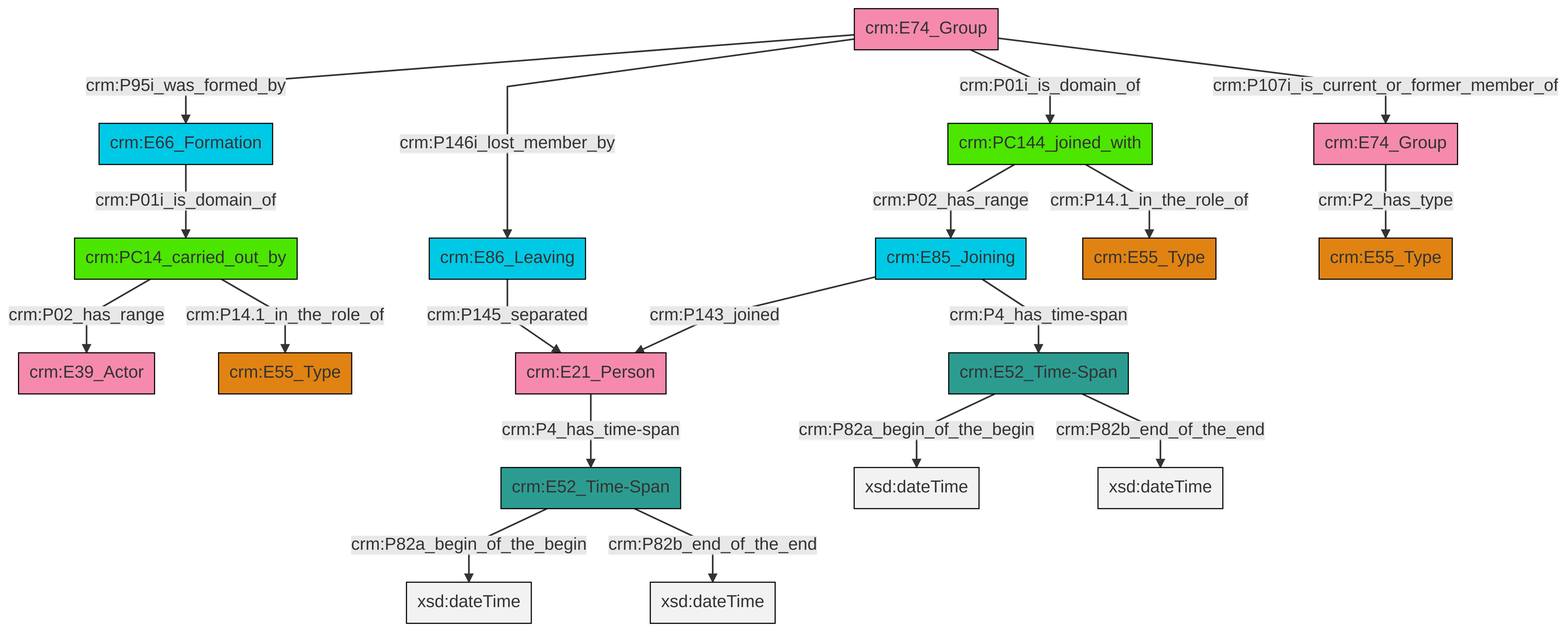
Above: et/groupCSV/ttl/mmd/png/group_actor_relations.png in swiss-art-research-net/reference-data-models (Mermaid), before the change. Its source is kept beside it as et/groupCSV/ttl/mmd/group_actor_relations.ttl.mmd.
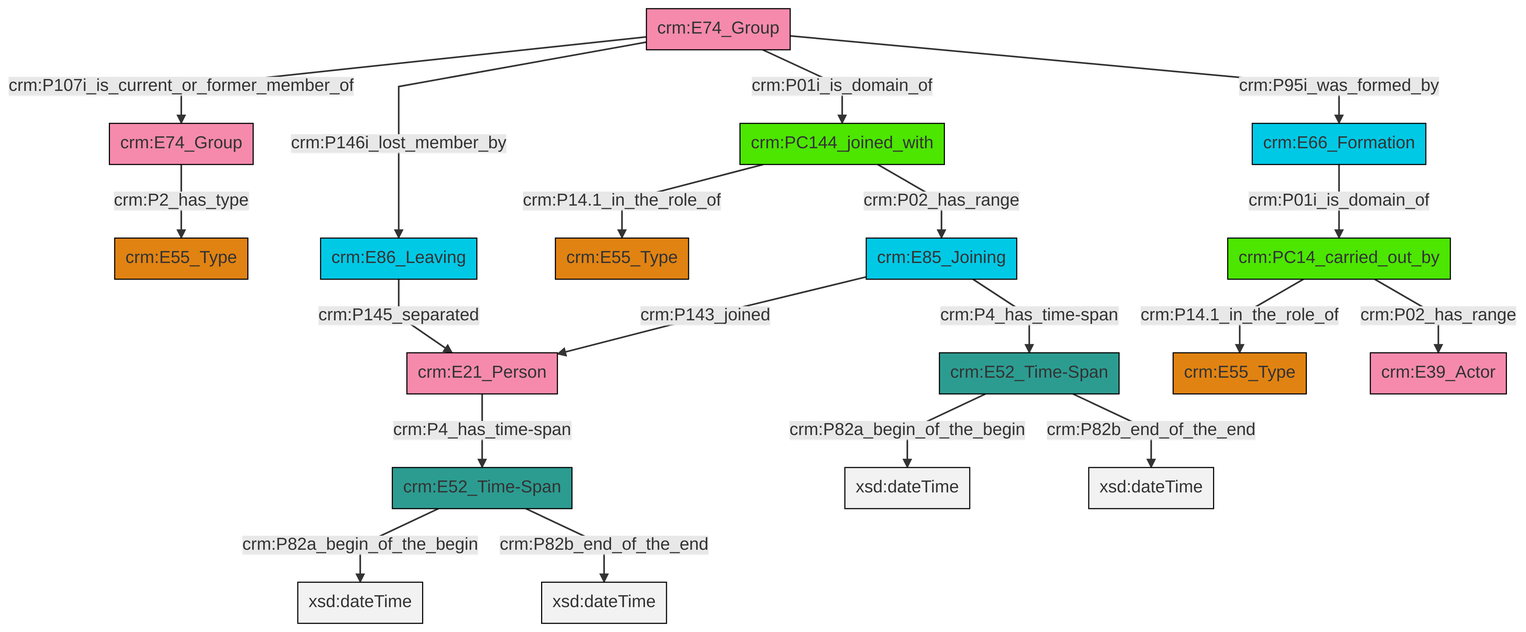
Above is the later version.

Change to the diagram source:
```diff
@@ -13,21 +13,21 @@
 classDef PC_Classes fill:#4ce600, stroke:#000000;
 classDef Multi fill:#cccccc,stroke:#000000;
 
-0["crm:E66_Formation"]:::Temporal_Entity -->|crm:P01i_is_domain_of| 1["crm:PC14_carried_out_by"]:::PC_Classes
-7["crm:E74_Group"]:::Actor -->|crm:P2_has_type| 8["crm:E55_Type"]:::Type
-9["crm:E74_Group"]:::Actor -->|crm:P95i_was_formed_by| 0["crm:E66_Formation"]:::Temporal_Entity
-10["crm:PC144_joined_with"]:::PC_Classes -->|crm:P02_has_range| 11["crm:E85_Joining"]:::Temporal_Entity
-12["crm:E52_Time-Span"]:::Time-Span -->|crm:P82a_begin_of_the_begin| 13[xsd:dateTime]:::Literal
-12["crm:E52_Time-Span"]:::Time-Span -->|crm:P82b_end_of_the_end| 14[xsd:dateTime]:::Literal
-11["crm:E85_Joining"]:::Temporal_Entity -->|crm:P143_joined| 2["crm:E21_Person"]:::Actor
-18["crm:E86_Leaving"]:::Temporal_Entity -->|crm:P145_separated| 2["crm:E21_Person"]:::Actor
+2["crm:PC14_carried_out_by"]:::PC_Classes -->|crm:P14.1_in_the_role_of| 0["crm:E55_Type"]:::Type
+3["crm:PC144_joined_with"]:::PC_Classes -->|crm:P14.1_in_the_role_of| 4["crm:E55_Type"]:::Type
+2["crm:PC14_carried_out_by"]:::PC_Classes -->|crm:P02_has_range| 7["crm:E39_Actor"]:::Actor
+8["crm:E85_Joining"]:::Temporal_Entity -->|crm:P143_joined| 9["crm:E21_Person"]:::Actor
+12["crm:E74_Group"]:::Actor -->|crm:P107i_is_current_or_former_member_of| 13["crm:E74_Group"]:::Actor
+16["crm:E52_Time-Span"]:::Time-Span -->|crm:P82a_begin_of_the_begin| 17[xsd:dateTime]:::Literal
+3["crm:PC144_joined_with"]:::PC_Classes -->|crm:P02_has_range| 8["crm:E85_Joining"]:::Temporal_Entity
 20["crm:E52_Time-Span"]:::Time-Span -->|crm:P82a_begin_of_the_begin| 21[xsd:dateTime]:::Literal
-20["crm:E52_Time-Span"]:::Time-Span -->|crm:P82b_end_of_the_end| 22[xsd:dateTime]:::Literal
-9["crm:E74_Group"]:::Actor -->|crm:P146i_lost_member_by| 18["crm:E86_Leaving"]:::Temporal_Entity
-2["crm:E21_Person"]:::Actor -->|crm:P4_has_time-span| 12["crm:E52_Time-Span"]:::Time-Span
-10["crm:PC144_joined_with"]:::PC_Classes -->|crm:P14.1_in_the_role_of| 5["crm:E55_Type"]:::Type
-9["crm:E74_Group"]:::Actor -->|crm:P01i_is_domain_of| 10["crm:PC144_joined_with"]:::PC_Classes
-11["crm:E85_Joining"]:::Temporal_Entity -->|crm:P4_has_time-span| 20["crm:E52_Time-Span"]:::Time-Span
-1["crm:PC14_carried_out_by"]:::PC_Classes -->|crm:P02_has_range| 28["crm:E39_Actor"]:::Actor
-9["crm:E74_Group"]:::Actor -->|crm:P107i_is_current_or_former_member_of| 7["crm:E74_Group"]:::Actor
-1["crm:PC14_carried_out_by"]:::PC_Classes -->|crm:P14.1_in_the_role_of| 26["crm:E55_Type"]:::Type
+13["crm:E74_Group"]:::Actor -->|crm:P2_has_type| 5["crm:E55_Type"]:::Type
+12["crm:E74_Group"]:::Actor -->|crm:P146i_lost_member_by| 10["crm:E86_Leaving"]:::Temporal_Entity
+16["crm:E52_Time-Span"]:::Time-Span -->|crm:P82b_end_of_the_end| 25[xsd:dateTime]:::Literal
+20["crm:E52_Time-Span"]:::Time-Span -->|crm:P82b_end_of_the_end| 28[xsd:dateTime]:::Literal
+9["crm:E21_Person"]:::Actor -->|crm:P4_has_time-span| 20["crm:E52_Time-Span"]:::Time-Span
+10["crm:E86_Leaving"]:::Temporal_Entity -->|crm:P145_separated| 9["crm:E21_Person"]:::Actor
+12["crm:E74_Group"]:::Actor -->|crm:P01i_is_domain_of| 3["crm:PC144_joined_with"]:::PC_Classes
+23["crm:E66_Formation"]:::Temporal_Entity -->|crm:P01i_is_domain_of| 2["crm:PC14_carried_out_by"]:::PC_Classes
+12["crm:E74_Group"]:::Actor -->|crm:P95i_was_formed_by| 23["crm:E66_Formation"]:::Temporal_Entity
+8["crm:E85_Joining"]:::Temporal_Entity -->|crm:P4_has_time-span| 16["crm:E52_Time-Span"]:::Time-Span
```
